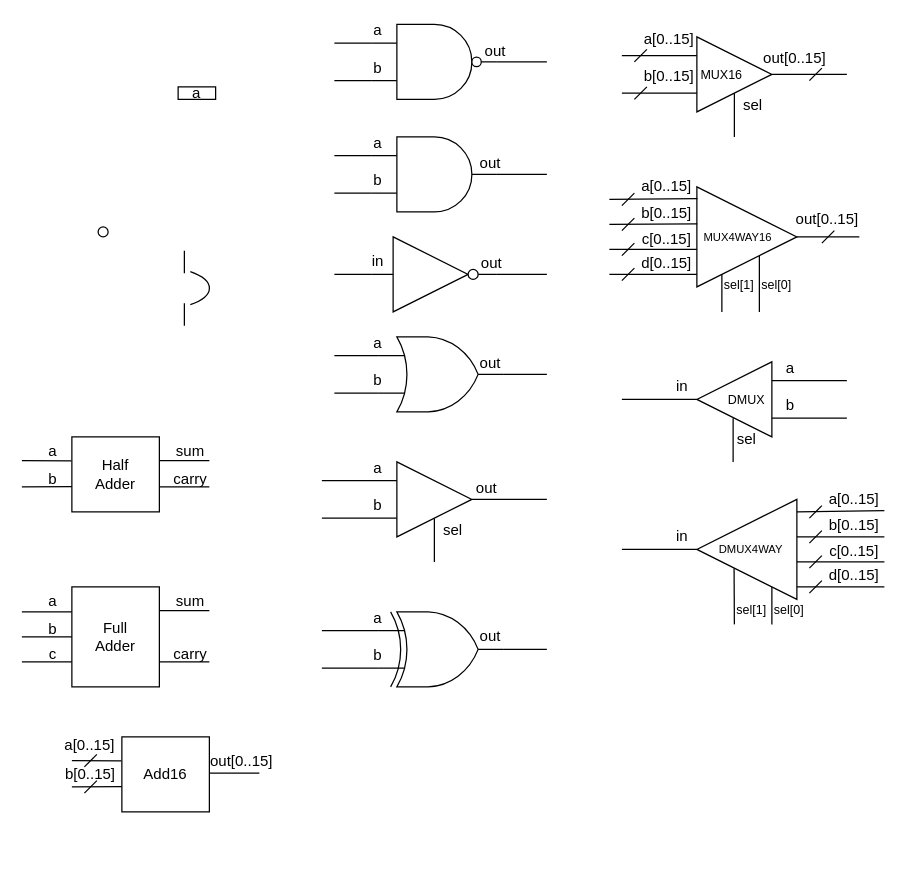
towa1204/nand2tetris keeps this draw.io diagram as page "GATE" (1 of 6) of 02/02.drawio. Above is the earlier version. Source tidied: cells renumbered, new cells numbered last; positions are measured from the earlier drawing's top-left corner, leaving out a move shared by most shapes. Both pictures are drawn from the tidied source at 125%, with x=0, y=0 at pixel (21, 24).
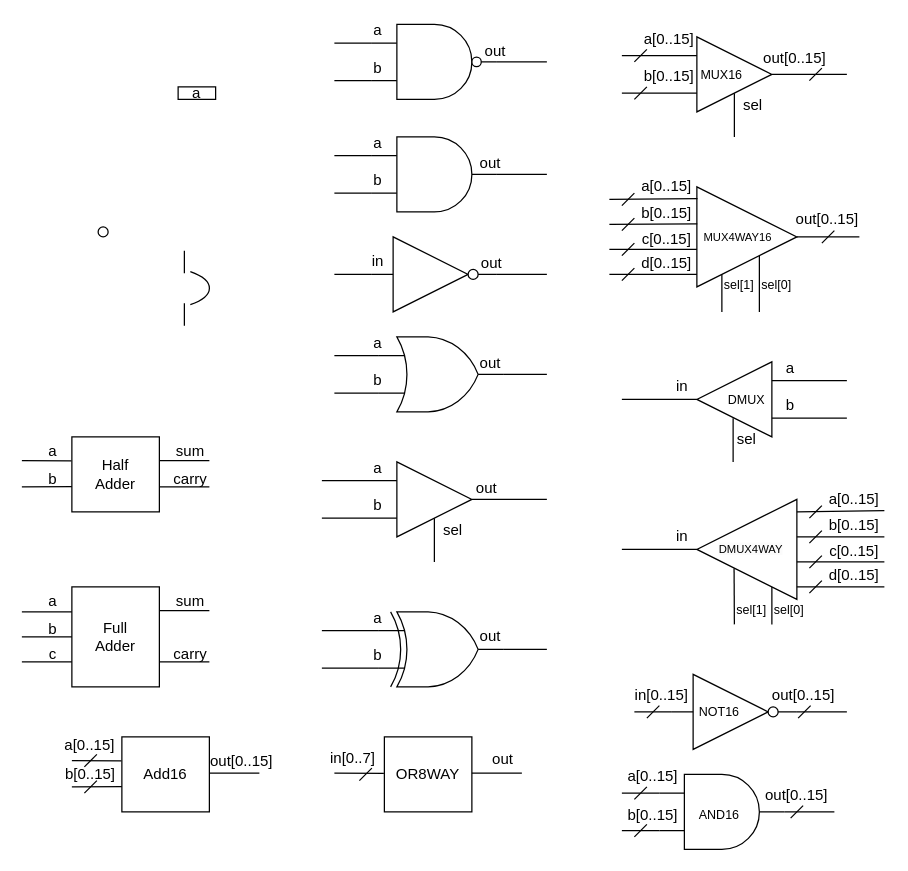
Above is the later version.

What changed in the source:
```diff
@@
+    <mxCell id="156" style="group;" parent="1" vertex="1">
+      <mxGeometry x="490" y="520" width="170" height="60" as="geometry" />
+    </mxCell>
+    <mxCell id="157" style="verticalLabelPosition=bottom;shadow=0;dashed=0;align=center;html=1;verticalAlign=top;shape=mxgraph.electrical.logic_gates.inverter_2;" parent="156" vertex="1">
+      <mxGeometry x="30" width="100" height="60" as="geometry" />
+    </mxCell>
+    <mxCell id="158" style="endArrow=none;html=1;rounded=0;exitX=1;exitY=0.5;exitDx=0;exitDy=0;entryX=0;entryY=0.5;entryDx=0;entryDy=0;entryPerimeter=0;" parent="156" edge="1" target="157">
+      <mxGeometry relative="1" as="geometry">
+        <mxPoint y="30" as="sourcePoint" />
+      </mxGeometry>
+    </mxCell>
+    <mxCell id="159" value="in[0..15]" style="text;html=1;strokeColor=none;fillColor=none;align=center;verticalAlign=middle;whiteSpace=wrap;rounded=0;" parent="156" vertex="1">
+      <mxGeometry x="-3" y="12" width="50" height="10" as="geometry" />
+    </mxCell>
+    <mxCell id="160" style="endArrow=none;html=1;rounded=0;exitX=1;exitY=0.5;exitDx=0;exitDy=0;exitPerimeter=0;" parent="156" edge="1" source="157">
+      <mxGeometry relative="1" as="geometry">
+        <mxPoint x="170" y="30" as="targetPoint" />
+      </mxGeometry>
+    </mxCell>
+    <mxCell id="161" value="out[0..15]" style="text;html=1;strokeColor=none;fillColor=none;align=center;verticalAlign=middle;whiteSpace=wrap;rounded=0;" parent="156" vertex="1">
+      <mxGeometry x="111" y="12" width="49" height="10" as="geometry" />
+    </mxCell>
+    <mxCell id="162" style="endArrow=none;html=1;rounded=0;" parent="156" edge="1">
+      <mxGeometry relative="1" as="geometry">
+        <mxPoint x="10" y="35" as="sourcePoint" />
+        <mxPoint x="20" y="25" as="targetPoint" />
+      </mxGeometry>
+    </mxCell>
+    <mxCell id="163" style="endArrow=none;html=1;rounded=0;" parent="156" edge="1">
+      <mxGeometry relative="1" as="geometry">
+        <mxPoint x="131" y="35" as="sourcePoint" />
+        <mxPoint x="141" y="25" as="targetPoint" />
+      </mxGeometry>
+    </mxCell>
+    <mxCell id="164" value="&lt;div style=&quot;text-align: center;&quot;&gt;&lt;span style=&quot;background-color: initial;&quot;&gt;&lt;font size=&quot;1&quot;&gt;NOT16&lt;/font&gt;&lt;/span&gt;&lt;/div&gt;" style="text;whiteSpace=wrap;html=1;" parent="156" vertex="1">
+      <mxGeometry x="50" y="15.5" width="40" height="25" as="geometry" />
+    </mxCell>
+    <mxCell id="165" style="group;" parent="1" vertex="1">
+      <mxGeometry x="480" y="600" width="170" height="60" as="geometry" />
+    </mxCell>
+    <mxCell id="166" style="verticalLabelPosition=bottom;shadow=0;dashed=0;align=center;html=1;verticalAlign=top;shape=mxgraph.electrical.logic_gates.logic_gate;operation=and;" parent="165" vertex="1">
+      <mxGeometry x="30" width="100" height="60" as="geometry" />
+    </mxCell>
+    <mxCell id="167" style="endArrow=none;html=1;rounded=0;entryX=0;entryY=0.25;entryDx=0;entryDy=0;entryPerimeter=0;" parent="165" edge="1" target="166">
+      <mxGeometry relative="1" as="geometry">
+        <mxPoint y="15" as="sourcePoint" />
+      </mxGeometry>
+    </mxCell>
+    <mxCell id="168" style="endArrow=none;html=1;rounded=0;entryX=0;entryY=0.75;entryDx=0;entryDy=0;entryPerimeter=0;" parent="165" edge="1" target="166">
+      <mxGeometry relative="1" as="geometry">
+        <mxPoint y="45" as="sourcePoint" />
+      </mxGeometry>
+    </mxCell>
+    <mxCell id="169" style="endArrow=none;html=1;rounded=0;exitX=1;exitY=0.5;exitDx=0;exitDy=0;exitPerimeter=0;" parent="165" edge="1" source="166">
+      <mxGeometry relative="1" as="geometry">
+        <mxPoint x="170" y="30" as="targetPoint" />
+      </mxGeometry>
+    </mxCell>
+    <mxCell id="170" value="a[0..15]" style="text;html=1;strokeColor=none;fillColor=none;align=center;verticalAlign=middle;whiteSpace=wrap;rounded=0;" parent="165" vertex="1">
+      <mxGeometry y="-3" width="50" height="10" as="geometry" />
+    </mxCell>
+    <mxCell id="171" value="b[0..15]" style="text;html=1;strokeColor=none;fillColor=none;align=center;verticalAlign=middle;whiteSpace=wrap;rounded=0;" parent="165" vertex="1">
+      <mxGeometry y="28" width="50" height="10" as="geometry" />
+    </mxCell>
+    <mxCell id="172" value="out[0..15]" style="text;html=1;strokeColor=none;fillColor=none;align=center;verticalAlign=middle;whiteSpace=wrap;rounded=0;" parent="165" vertex="1">
+      <mxGeometry x="110" y="11.5" width="60" height="10" as="geometry" />
+    </mxCell>
+    <mxCell id="173" value="&lt;div style=&quot;text-align: center;&quot;&gt;&lt;span style=&quot;background-color: initial;&quot;&gt;&lt;font size=&quot;1&quot;&gt;AND16&lt;/font&gt;&lt;/span&gt;&lt;/div&gt;" style="text;whiteSpace=wrap;html=1;" parent="165" vertex="1">
+      <mxGeometry x="60" y="17.5" width="40" height="25" as="geometry" />
+    </mxCell>
+    <mxCell id="174" style="endArrow=none;html=1;rounded=0;" parent="165" edge="1">
+      <mxGeometry relative="1" as="geometry">
+        <mxPoint x="10" y="20" as="sourcePoint" />
+        <mxPoint x="20" y="10" as="targetPoint" />
+      </mxGeometry>
+    </mxCell>
+    <mxCell id="175" style="endArrow=none;html=1;rounded=0;" parent="165" edge="1">
+      <mxGeometry relative="1" as="geometry">
+        <mxPoint x="10" y="50" as="sourcePoint" />
+        <mxPoint x="20" y="40" as="targetPoint" />
+      </mxGeometry>
+    </mxCell>
+    <mxCell id="176" style="endArrow=none;html=1;rounded=0;" parent="165" edge="1">
+      <mxGeometry relative="1" as="geometry">
+        <mxPoint x="135" y="35" as="sourcePoint" />
+        <mxPoint x="145" y="25" as="targetPoint" />
+      </mxGeometry>
+    </mxCell>
+    <mxCell id="177" style="group;" parent="1" vertex="1">
+      <mxGeometry x="250" y="570" width="150" height="60" as="geometry" />
+    </mxCell>
+    <mxCell id="178" value="OR8WAY" style="rounded=0;whiteSpace=wrap;html=1;" parent="177" vertex="1">
+      <mxGeometry x="40" width="70" height="60" as="geometry" />
+    </mxCell>
+    <mxCell id="179" style="endArrow=none;html=1;rounded=0;entryX=-0.005;entryY=0.319;entryDx=0;entryDy=0;entryPerimeter=0;" parent="177" edge="1">
+      <mxGeometry relative="1" as="geometry">
+        <mxPoint y="29" as="sourcePoint" />
+        <mxPoint x="39.6" y="29.1" as="targetPoint" />
+      </mxGeometry>
+    </mxCell>
+    <mxCell id="180" value="in[0..7]" style="text;html=1;strokeColor=none;fillColor=none;align=center;verticalAlign=middle;whiteSpace=wrap;rounded=0;" parent="177" vertex="1">
+      <mxGeometry x="-10" y="12" width="50" height="10" as="geometry" />
+    </mxCell>
+    <mxCell id="181" style="endArrow=none;html=1;rounded=0;entryX=-0.005;entryY=0.319;entryDx=0;entryDy=0;entryPerimeter=0;" parent="177" edge="1">
+      <mxGeometry relative="1" as="geometry">
+        <mxPoint x="110" y="29" as="sourcePoint" />
+        <mxPoint x="150" y="29" as="targetPoint" />
+      </mxGeometry>
+    </mxCell>
+    <mxCell id="182" value="out" style="text;html=1;strokeColor=none;fillColor=none;align=center;verticalAlign=middle;whiteSpace=wrap;rounded=0;" parent="177" vertex="1">
+      <mxGeometry x="120" y="13" width="30" height="10" as="geometry" />
+    </mxCell>
+    <mxCell id="183" style="endArrow=none;html=1;rounded=0;" parent="177" edge="1">
+      <mxGeometry relative="1" as="geometry">
+        <mxPoint x="20" y="35" as="sourcePoint" />
+        <mxPoint x="30" y="25" as="targetPoint" />
+      </mxGeometry>
+    </mxCell>
```
